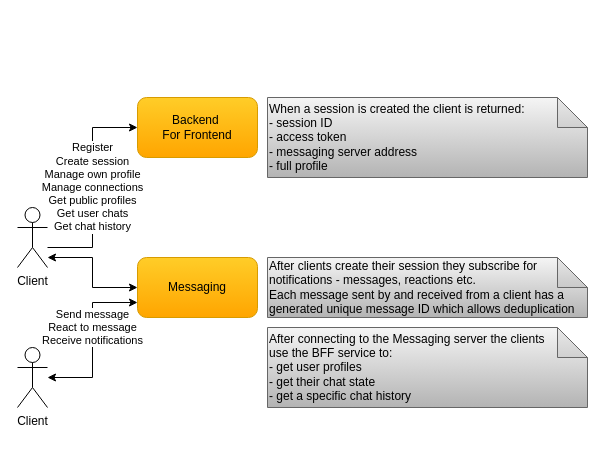
Earlier version of the draw.io diagram docs/diagrams/cecochat-clients.drawio (cvetomir-todorov/CecoChat). Source tidied: cells renumbered, new cells numbered last; positions are measured from the earlier drawing's top-left corner, leaving out a move shared by most shapes. Both pictures are drawn from the tidied source at 100%, with x=0, y=0 at pixel (17, 97).
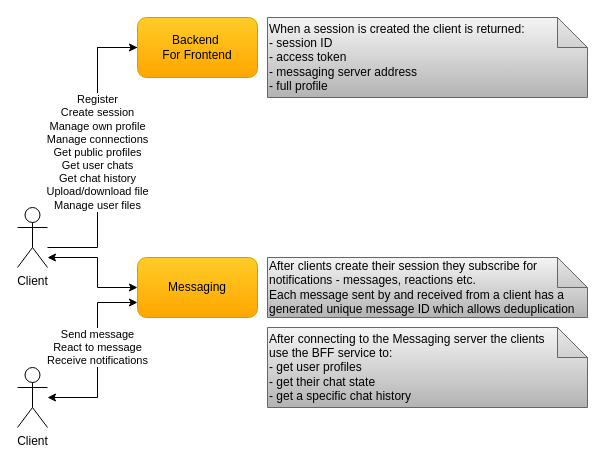
The same diagram, later.

Diff of the diagram source:
```diff
@@
 <mxGraphModel>
   <root>
     <mxCell id="0" />
     <mxCell id="1" parent="0" />
     <mxCell id="2" value="When a session is created the client is returned:&lt;br&gt;- session ID&lt;br&gt;- access token&lt;br&gt;- messaging server address&lt;br&gt;- full profile" style="shape=note;whiteSpace=wrap;html=1;backgroundOutline=1;darkOpacity=0.05;align=left;gradientColor=#b3b3b3;fillColor=#f5f5f5;strokeColor=#666666;" parent="1" vertex="1">
-      <mxGeometry x="250" width="320" height="80" as="geometry" />
+      <mxGeometry x="250" y="-80" width="320" height="80" as="geometry" />
     </mxCell>
     <mxCell id="3" value="After clients create their session they&amp;nbsp;subscribe for notifications - messages, reactions etc.&lt;br&gt;Each message sent by and received from a client has a generated unique message ID which allows deduplication" style="shape=note;whiteSpace=wrap;html=1;backgroundOutline=1;darkOpacity=0.05;align=left;gradientColor=#b3b3b3;fillColor=#f5f5f5;strokeColor=#666666;" parent="1" vertex="1">
       <mxGeometry x="250" y="160" width="320" height="60" as="geometry" />
     </mxCell>
     <mxCell id="4" style="edgeStyle=orthogonalEdgeStyle;rounded=0;jettySize=auto;html=1;entryX=0;entryY=0.5;entryDx=0;entryDy=0;startArrow=classic;startFill=1;" parent="1" edge="1" source="6" target="9">
       <mxGeometry relative="1" as="geometry">
         <Array as="points">
-          <mxPoint x="75" y="160" />
-          <mxPoint x="75" y="190" />
+          <mxPoint x="80" y="160" />
+          <mxPoint x="80" y="190" />
         </Array>
       </mxGeometry>
     </mxCell>
-    <mxCell id="5" value="Register&lt;br style=&quot;border-color: var(--border-color);&quot;&gt;Create session&lt;br style=&quot;border-color: var(--border-color);&quot;&gt;Manage own&amp;nbsp;profile&lt;br&gt;Manage connections&lt;br style=&quot;border-color: var(--border-color);&quot;&gt;Get public profiles&lt;br style=&quot;border-color: var(--border-color);&quot;&gt;Get user chats&lt;br style=&quot;border-color: var(--border-color);&quot;&gt;Get chat history" style="edgeStyle=orthogonalEdgeStyle;rounded=0;jettySize=auto;html=1;entryX=0;entryY=0.5;entryDx=0;entryDy=0;" parent="1" edge="1" source="6" target="10">
+    <mxCell id="5" style="edgeStyle=orthogonalEdgeStyle;rounded=0;jettySize=auto;html=1;entryX=0;entryY=0.5;entryDx=0;entryDy=0;" parent="1" edge="1" source="10">
       <mxGeometry relative="1" as="geometry">
+        <mxPoint x="170" y="-50" as="targetPoint" />
         <Array as="points">
-          <mxPoint x="75" y="150" />
-          <mxPoint x="75" y="30" />
+          <mxPoint x="80" y="-50" />
         </Array>
       </mxGeometry>
     </mxCell>
     <mxCell id="6" value="Client" style="shape=umlActor;verticalLabelPosition=bottom;verticalAlign=top;html=1;outlineConnect=0;" parent="1" vertex="1">
       <mxGeometry y="110" width="30" height="60" as="geometry" />
     </mxCell>
     <mxCell id="7" value="Send message&lt;br&gt;React to message&lt;br&gt;Receive notifications" style="edgeStyle=orthogonalEdgeStyle;rounded=0;jettySize=auto;html=1;entryX=0;entryY=0.75;entryDx=0;entryDy=0;startArrow=classic;startFill=1;" parent="1" edge="1" source="8" target="9">
-      <mxGeometry x="0.15" relative="1" as="geometry" />
+      <mxGeometry x="0.08" relative="1" as="geometry">
+        <Array as="points">
+          <mxPoint x="80" y="300" />
+          <mxPoint x="80" y="205" />
+        </Array>
+      </mxGeometry>
     </mxCell>
     <mxCell id="8" value="Client" style="shape=umlActor;verticalLabelPosition=bottom;verticalAlign=top;html=1;outlineConnect=0;" parent="1" vertex="1">
-      <mxGeometry y="250" width="30" height="60" as="geometry" />
+      <mxGeometry y="270" width="30" height="60" as="geometry" />
     </mxCell>
     <mxCell id="9" value="&lt;font style=&quot;font-size: 12px&quot;&gt;Messaging&lt;/font&gt;" style="rounded=1;whiteSpace=wrap;html=1;gradientColor=#ffa500;fillColor=#ffcd28;strokeColor=#d79b00;" parent="1" vertex="1">
       <mxGeometry x="120" y="160" width="120" height="60" as="geometry" />
     </mxCell>
+    <mxCell id="11" value="After connecting to the Messaging server the clients&lt;br&gt;use the BFF service to:&lt;br&gt;- get user profiles&lt;br&gt;- get their chat state&lt;br&gt;- get a specific chat history" style="shape=note;whiteSpace=wrap;html=1;backgroundOutline=1;darkOpacity=0.05;align=left;gradientColor=#b3b3b3;fillColor=#f5f5f5;strokeColor=#666666;" parent="1" vertex="1">
+      <mxGeometry x="250" y="230" width="320" height="80" as="geometry" />
+    </mxCell>
+    <mxCell id="12" value="Register&lt;br style=&quot;border-color: var(--border-color);&quot;&gt;Create session&lt;br style=&quot;border-color: var(--border-color);&quot;&gt;Manage own&amp;nbsp;profile&lt;br style=&quot;border-color: var(--border-color);&quot;&gt;Manage connections&lt;br style=&quot;border-color: var(--border-color);&quot;&gt;Get public profiles&lt;br style=&quot;border-color: var(--border-color);&quot;&gt;Get user chats&lt;br style=&quot;border-color: var(--border-color);&quot;&gt;Get chat history&lt;br style=&quot;border-color: var(--border-color);&quot;&gt;Upload/download file&lt;br style=&quot;border-color: var(--border-color);&quot;&gt;Manage user files" style="edgeStyle=orthogonalEdgeStyle;rounded=0;jettySize=auto;html=1;entryX=0;entryY=0.5;entryDx=0;entryDy=0;" parent="1" edge="1" source="6" target="10">
+      <mxGeometry relative="1" as="geometry">
+        <Array as="points">
+          <mxPoint x="80" y="150" />
+        </Array>
+      </mxGeometry>
+    </mxCell>
     <mxCell id="10" value="&lt;font style=&quot;font-size: 12px&quot;&gt;Backend&amp;nbsp;&lt;br&gt;For Frontend&lt;/font&gt;" style="rounded=1;whiteSpace=wrap;html=1;gradientColor=#ffa500;fillColor=#ffcd28;strokeColor=#d79b00;" parent="1" vertex="1">
-      <mxGeometry x="120" width="120" height="60" as="geometry" />
+      <mxGeometry x="120" y="-80" width="120" height="60" as="geometry" />
     </mxCell>
-    <mxCell id="11" value="After connecting to the Messaging server the clients&lt;br&gt;use the BFF service to:&lt;br&gt;- get user profiles&lt;br&gt;- get their chat state&lt;br&gt;- get a specific chat history" style="shape=note;whiteSpace=wrap;html=1;backgroundOutline=1;darkOpacity=0.05;align=left;gradientColor=#b3b3b3;fillColor=#f5f5f5;strokeColor=#666666;" parent="1" vertex="1">
-      <mxGeometry x="250" y="230" width="320" height="80" as="geometry" />
-    </mxCell>
   </root>
 </mxGraphModel>
```
